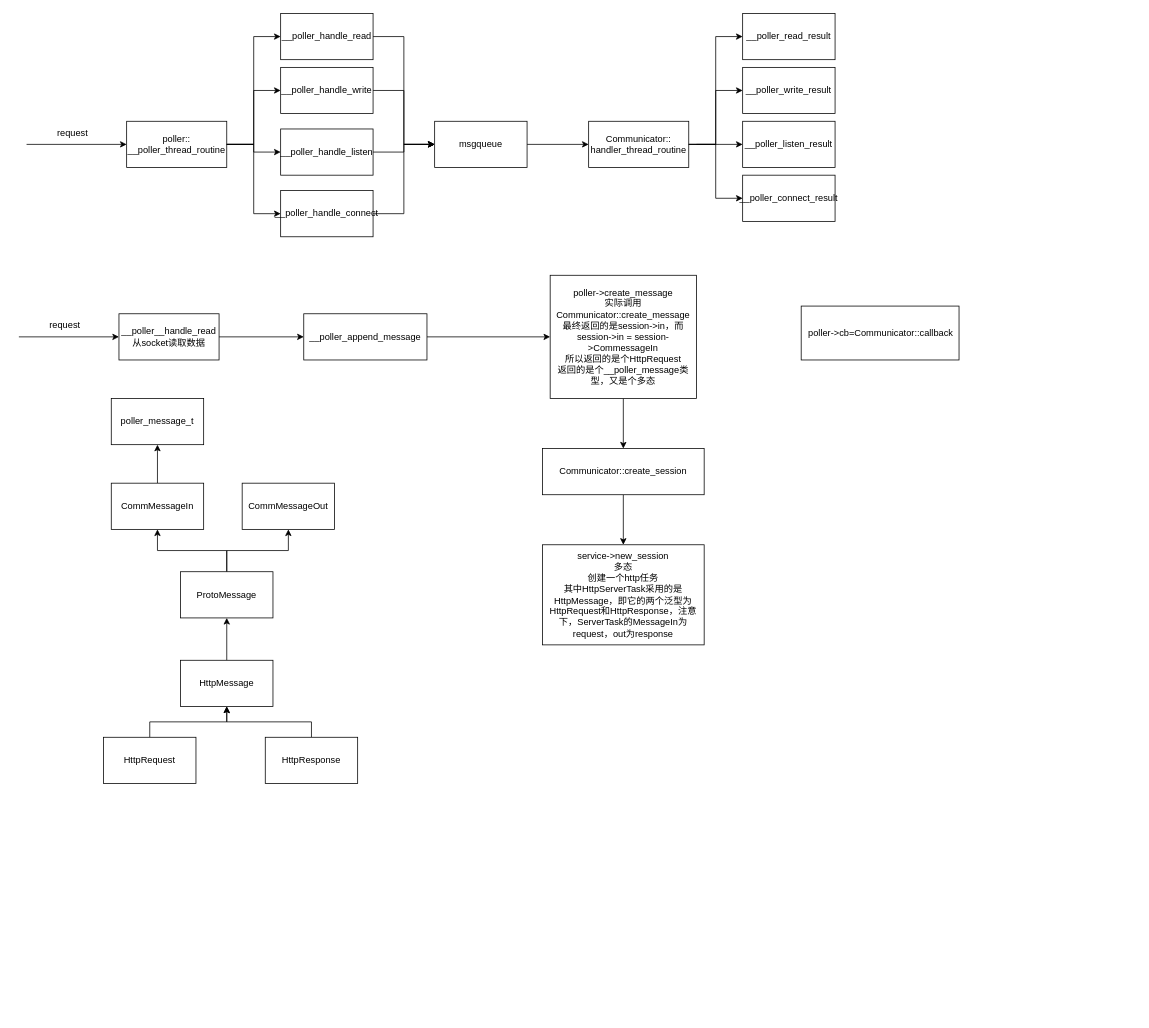
Earlier version of the draw.io diagram page "Page-3" (3 of 3) of Untitled Diagram.drawio (doudou215/regret_q_learning). Source tidied: cells renumbered, new cells numbered last; positions are measured from the earlier drawing's top-left corner, leaving out a move shared by most shapes. Both pictures are drawn from the tidied source at 77%, with x=0, y=0 at pixel (18, 13).
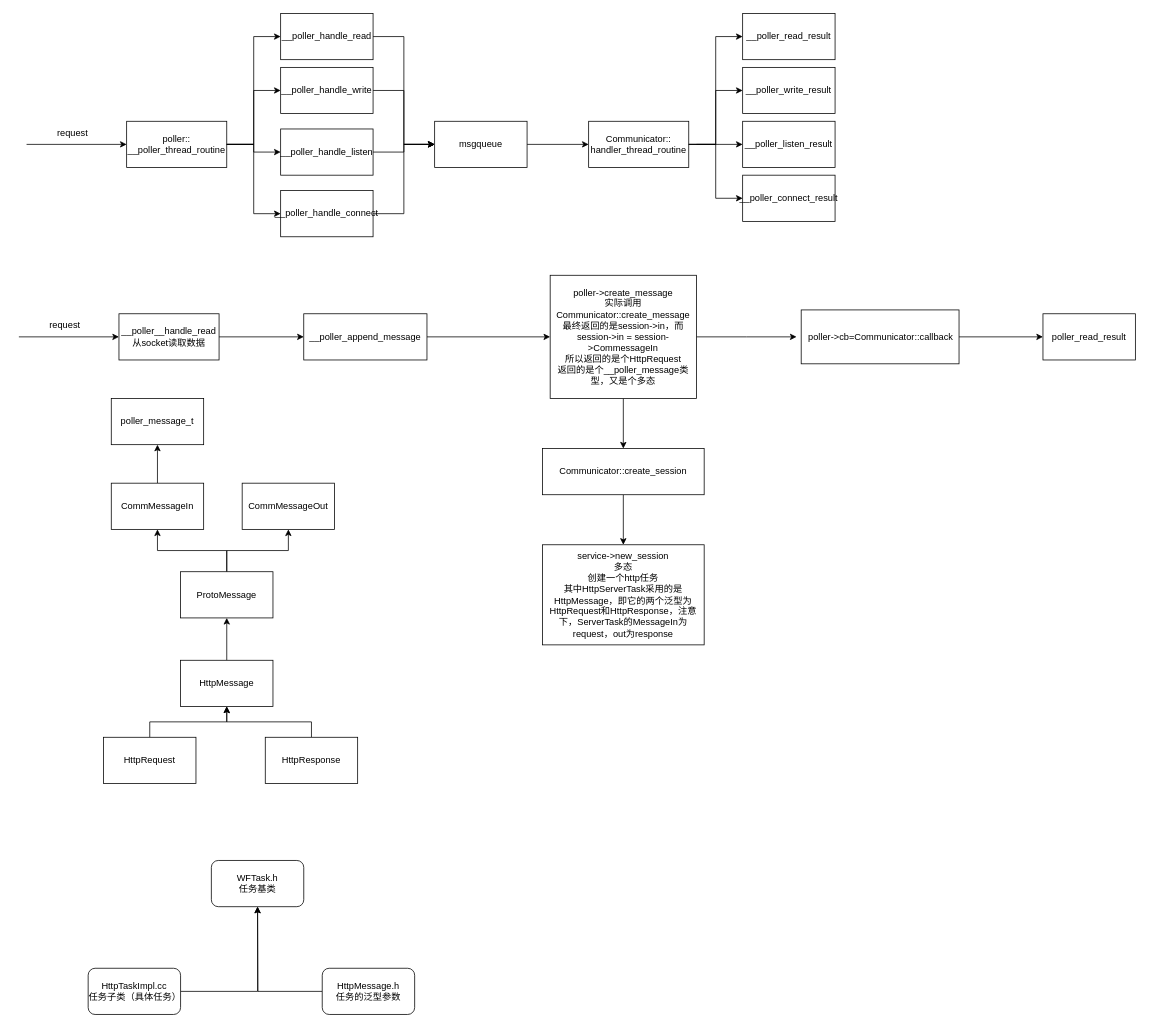
The same diagram, later.

The change refers to these unchanged cells:
```xml
<mxCell id="31" value="poller-&amp;gt;create_message&lt;br&gt;实际调用&lt;br&gt;Communicator::create_message&lt;br&gt;最终返回的是session-&amp;gt;in，而session-&amp;gt;in = session-&amp;gt;CommessageIn&lt;br&gt;所以返回的是个HttpRequest&lt;br&gt;返回的是个__poller_message类型，又是个多态" style="rounded=0;whiteSpace=wrap;html=1;" parent="1" vertex="1">
  <mxGeometry x="690" y="340" width="190" height="160" as="geometry" />
</mxCell>
```

Diff of the diagram source:
```diff
@@
+    <mxCell id="53" style="edgeStyle=orthogonalEdgeStyle;rounded=0;jettySize=auto;html=1;" parent="1" edge="1" source="31">
+      <mxGeometry relative="1" as="geometry">
+        <mxPoint x="1010" y="420" as="targetPoint" />
+      </mxGeometry>
+    </mxCell>
@@
+    <mxCell id="54" style="edgeStyle=orthogonalEdgeStyle;rounded=0;jettySize=auto;html=1;" parent="1" edge="1" source="35">
+      <mxGeometry relative="1" as="geometry">
+        <mxPoint x="1330" y="420" as="targetPoint" />
+      </mxGeometry>
+    </mxCell>
     <mxCell id="35" value="poller-&amp;gt;cb=Communicator::callback" style="html=1;" parent="1" vertex="1">
-      <mxGeometry x="1016" y="380" width="205" height="70" as="geometry" />
+      <mxGeometry x="1016" y="385" width="205" height="70" as="geometry" />
     </mxCell>
@@
+    <mxCell id="55" value="poller_read_result" style="rounded=0;whiteSpace=wrap;html=1;" parent="1" vertex="1">
+      <mxGeometry x="1330" y="390" width="120" height="60" as="geometry" />
+    </mxCell>
+    <mxCell id="56" value="WFTask.h&lt;br&gt;任务基类" style="rounded=1;whiteSpace=wrap;html=1;" parent="1" vertex="1">
+      <mxGeometry x="250" y="1100" width="120" height="60" as="geometry" />
+    </mxCell>
+    <mxCell id="57" style="edgeStyle=orthogonalEdgeStyle;rounded=0;jettySize=auto;html=1;entryX=0.5;entryY=1;entryDx=0;entryDy=0;" parent="1" edge="1" source="58" target="56">
+      <mxGeometry relative="1" as="geometry" />
+    </mxCell>
+    <mxCell id="58" value="HttpTaskImpl.cc&lt;br&gt;任务子类（具体任务）" style="rounded=1;whiteSpace=wrap;html=1;" parent="1" vertex="1">
+      <mxGeometry x="90" y="1240" width="120" height="60" as="geometry" />
+    </mxCell>
+    <mxCell id="59" style="edgeStyle=orthogonalEdgeStyle;rounded=0;jettySize=auto;html=1;" parent="1" edge="1" source="60">
+      <mxGeometry relative="1" as="geometry">
+        <mxPoint x="310" y="1160" as="targetPoint" />
+      </mxGeometry>
+    </mxCell>
+    <mxCell id="60" value="HttpMessage.h&lt;br&gt;任务的泛型参数" style="rounded=1;whiteSpace=wrap;html=1;" parent="1" vertex="1">
+      <mxGeometry x="394" y="1240" width="120" height="60" as="geometry" />
+    </mxCell>
```
